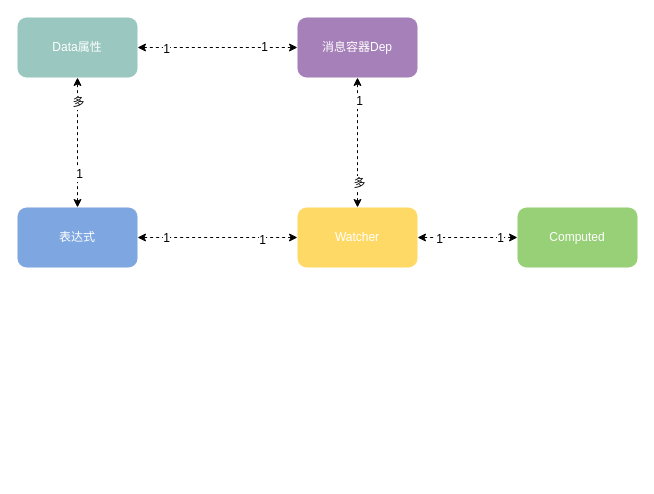
This is docs/.vuepress/public/images/未命名表单.drawio from kevinlvhsl/lucky_docs, a draw.io file, before an edit. Source tidied: cells renumbered, new cells numbered last; positions are measured from the earlier drawing's top-left corner, leaving out a move shared by most shapes. Both pictures are drawn from the tidied source at 100%, with x=0, y=0 at pixel (17, 17).
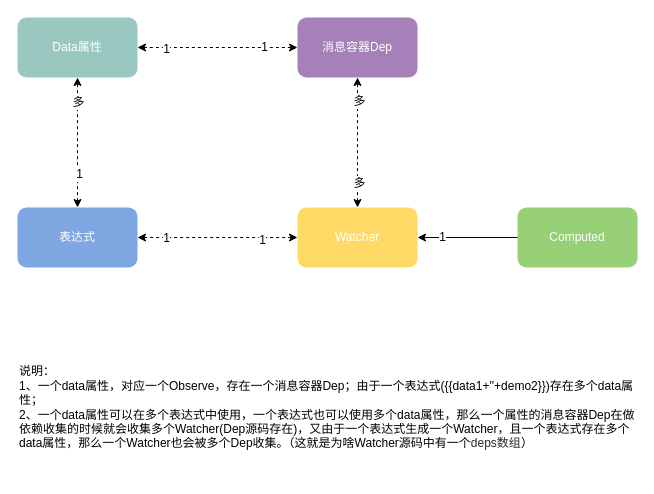
After the change.

Commit message:
更新未命名表单.drawio

Unchanged cells that the change refers to:
```xml
<mxCell id="7" value="Watcher" style="rounded=1;whiteSpace=wrap;html=1;strokeColor=none;fillColor=#FFD966;fontColor=#ffffff;" parent="1" vertex="1">
  <mxGeometry x="280" y="190" width="120" height="60" as="geometry" />
</mxCell>
<mxCell id="8" style="endArrow=classic;startArrow=classic;html=1;entryX=0.5;entryY=1;entryDx=0;entryDy=0;exitX=0.5;exitY=0;exitDx=0;exitDy=0;dashed=1;" parent="1" edge="1" source="7" target="3">
  <mxGeometry relative="1" as="geometry" />
</mxCell>
<mxCell id="11" value="&lt;font color=&quot;#ffffff&quot;&gt;Computed&lt;/font&gt;" style="rounded=1;whiteSpace=wrap;html=1;fillColor=#97D077;strokeColor=none;glass=0;comic=0;" parent="1" vertex="1">
  <mxGeometry x="500" y="190" width="120" height="60" as="geometry" />
</mxCell>
```

Diff of the diagram source:
```diff
@@
-    <mxCell id="9" value="1" style="text;html=1;align=center;verticalAlign=middle;labelBackgroundColor=#ffffff;" parent="8" vertex="1">
+    <mxCell id="9" value="多" style="text;html=1;align=center;verticalAlign=middle;labelBackgroundColor=#ffffff;" parent="8" vertex="1">
       <mxGeometry x="0.64" y="-1" relative="1" as="geometry" />
     </mxCell>
@@
-    <mxCell id="12" style="endArrow=classic;startArrow=classic;html=1;exitX=0;exitY=0.5;exitDx=0;exitDy=0;dashed=1;" parent="1" edge="1" source="11">
-      <mxGeometry relative="1" as="geometry">
-        <mxPoint x="400" y="220" as="targetPoint" />
-      </mxGeometry>
-    </mxCell>
-    <mxCell id="13" value="1" style="text;html=1;align=center;verticalAlign=middle;labelBackgroundColor=#ffffff;" parent="12" vertex="1">
-      <mxGeometry x="-0.64" relative="1" as="geometry" />
-    </mxCell>
-    <mxCell id="14" value="1" style="text;html=1;align=center;verticalAlign=middle;labelBackgroundColor=#ffffff;" parent="12" vertex="1">
-      <mxGeometry x="0.58" y="1" relative="1" as="geometry" />
-    </mxCell>
@@
+    <mxCell id="22" value="说明：&lt;br&gt;1、一个data属性，对应一个Observe，存在一个消息容器Dep；由于一个表达式({{data1+''+demo2}})存在多个data属性；&lt;br&gt;2、一个data属性可以在多个表达式中使用，一个表达式也可以使用多个data属性，那么一个属性的消息容器Dep在做依赖收集的时候就会收集多个Watcher(Dep源码存在)，又由于一个表达式生成一个Watcher，且一个表达式存在多个data属性，那么一个Watcher也会被多个Dep收集。（这就是为啥Watcher源码中有一个&lt;span style=&quot;color: rgb(36 , 41 , 46) ; font-family: , &amp;#34;consolas&amp;#34; , &amp;#34;liberation mono&amp;#34; , &amp;#34;menlo&amp;#34; , monospace ; white-space: pre ; background-color: rgb(255 , 255 , 255)&quot;&gt;deps数组&lt;/span&gt;）" style="text;html=1;strokeColor=none;fillColor=none;align=left;verticalAlign=middle;whiteSpace=wrap;overflow=hidden;" parent="1" vertex="1">
+      <mxGeometry y="320" width="620" height="140" as="geometry" />
+    </mxCell>
+    <mxCell id="23" style="endArrow=classic;html=1;entryX=1;entryY=0.5;entryDx=0;entryDy=0;exitX=0;exitY=0.5;exitDx=0;exitDy=0;" parent="1" edge="1" source="11" target="7">
+      <mxGeometry relative="1" as="geometry" />
+    </mxCell>
+    <mxCell id="24" value="1" style="text;html=1;align=center;verticalAlign=middle;labelBackgroundColor=#ffffff;" parent="23" vertex="1">
+      <mxGeometry x="0.51" y="-1" relative="1" as="geometry" />
+    </mxCell>
```
